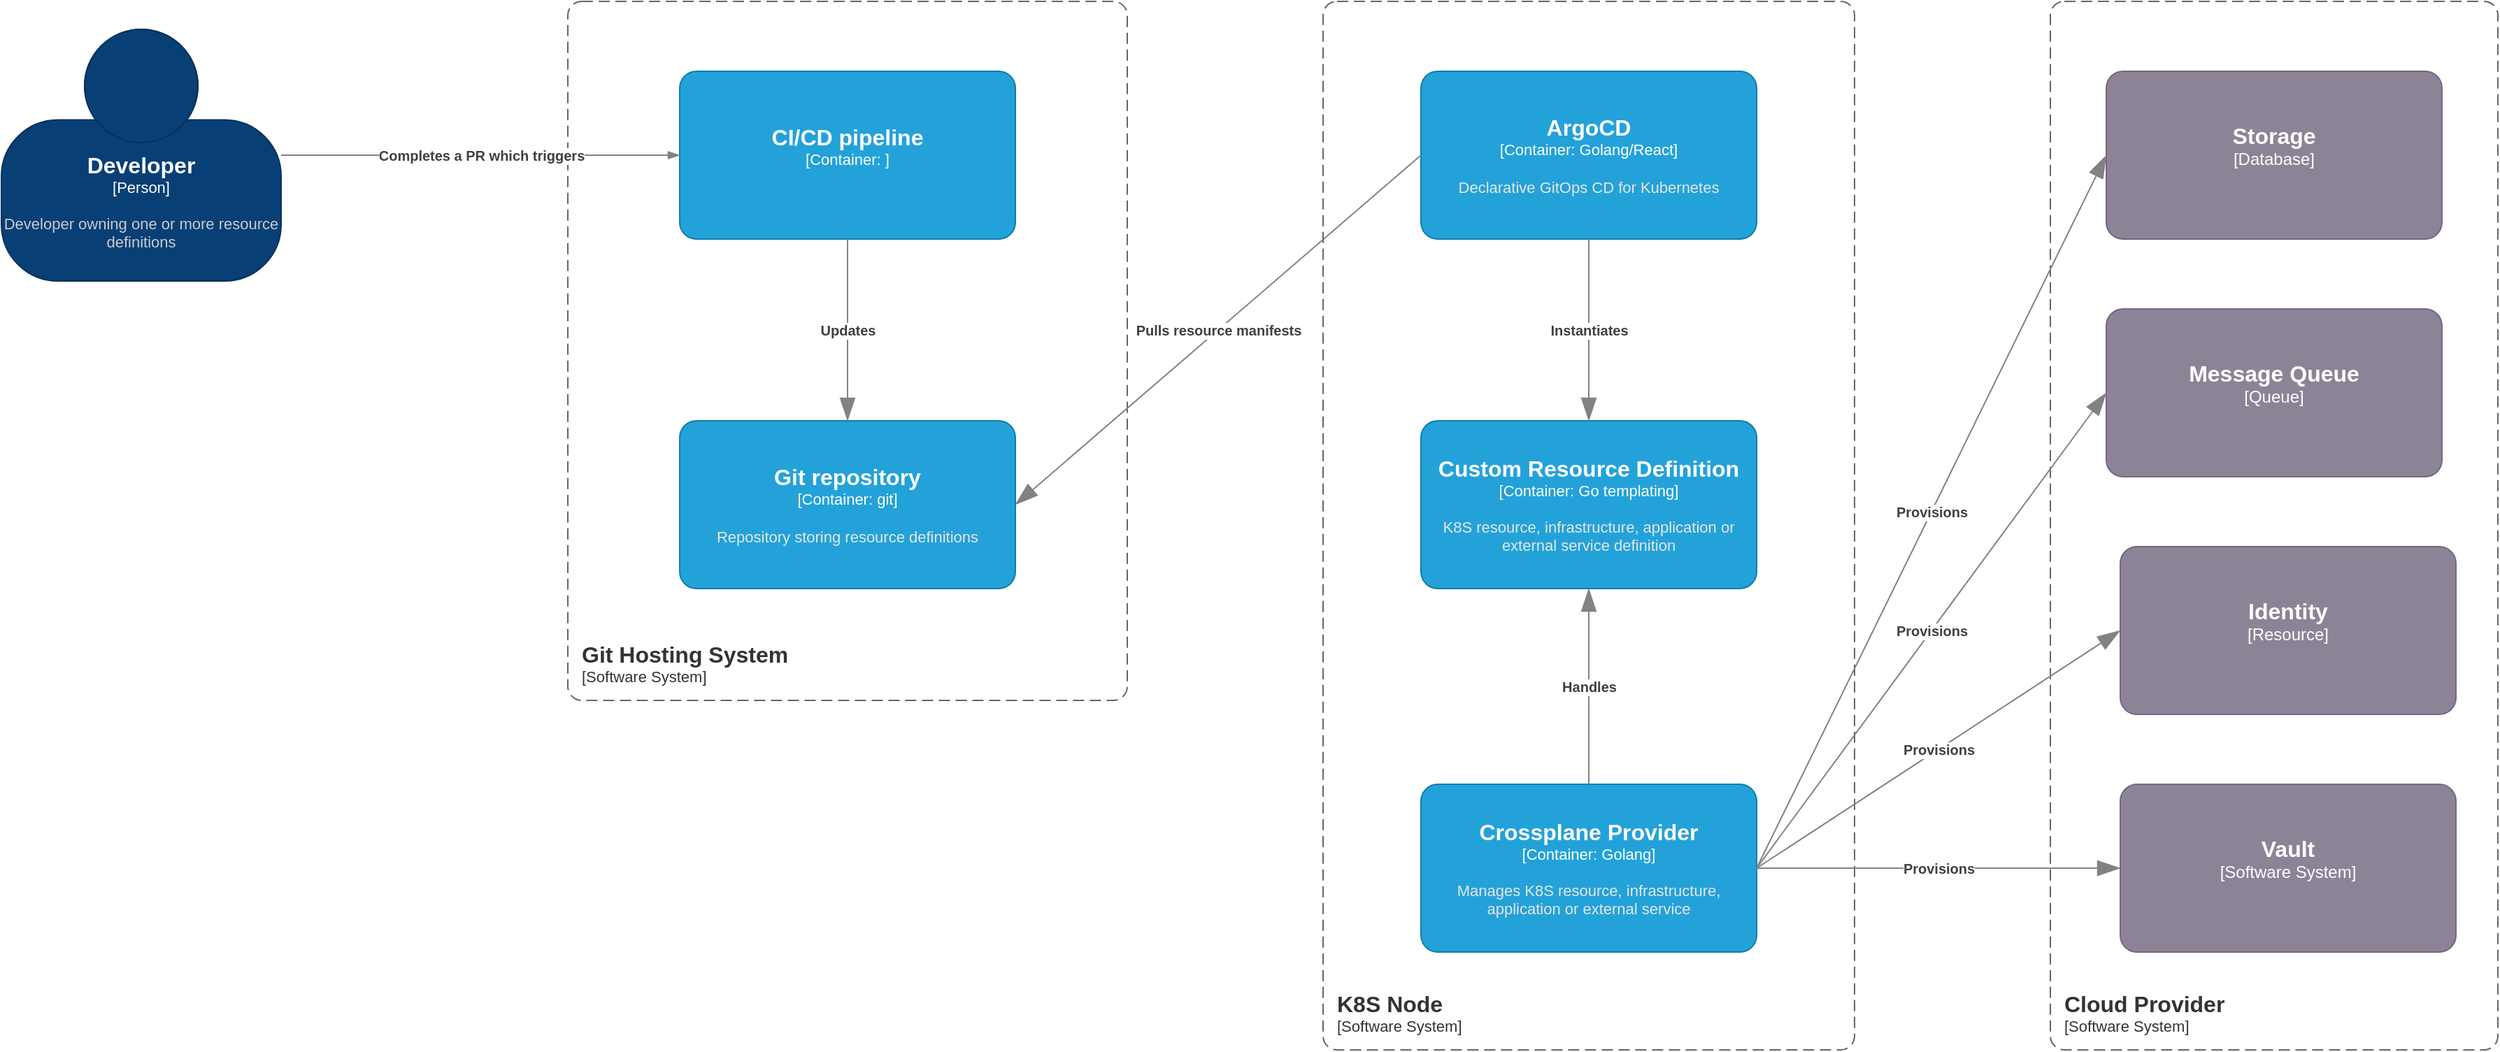
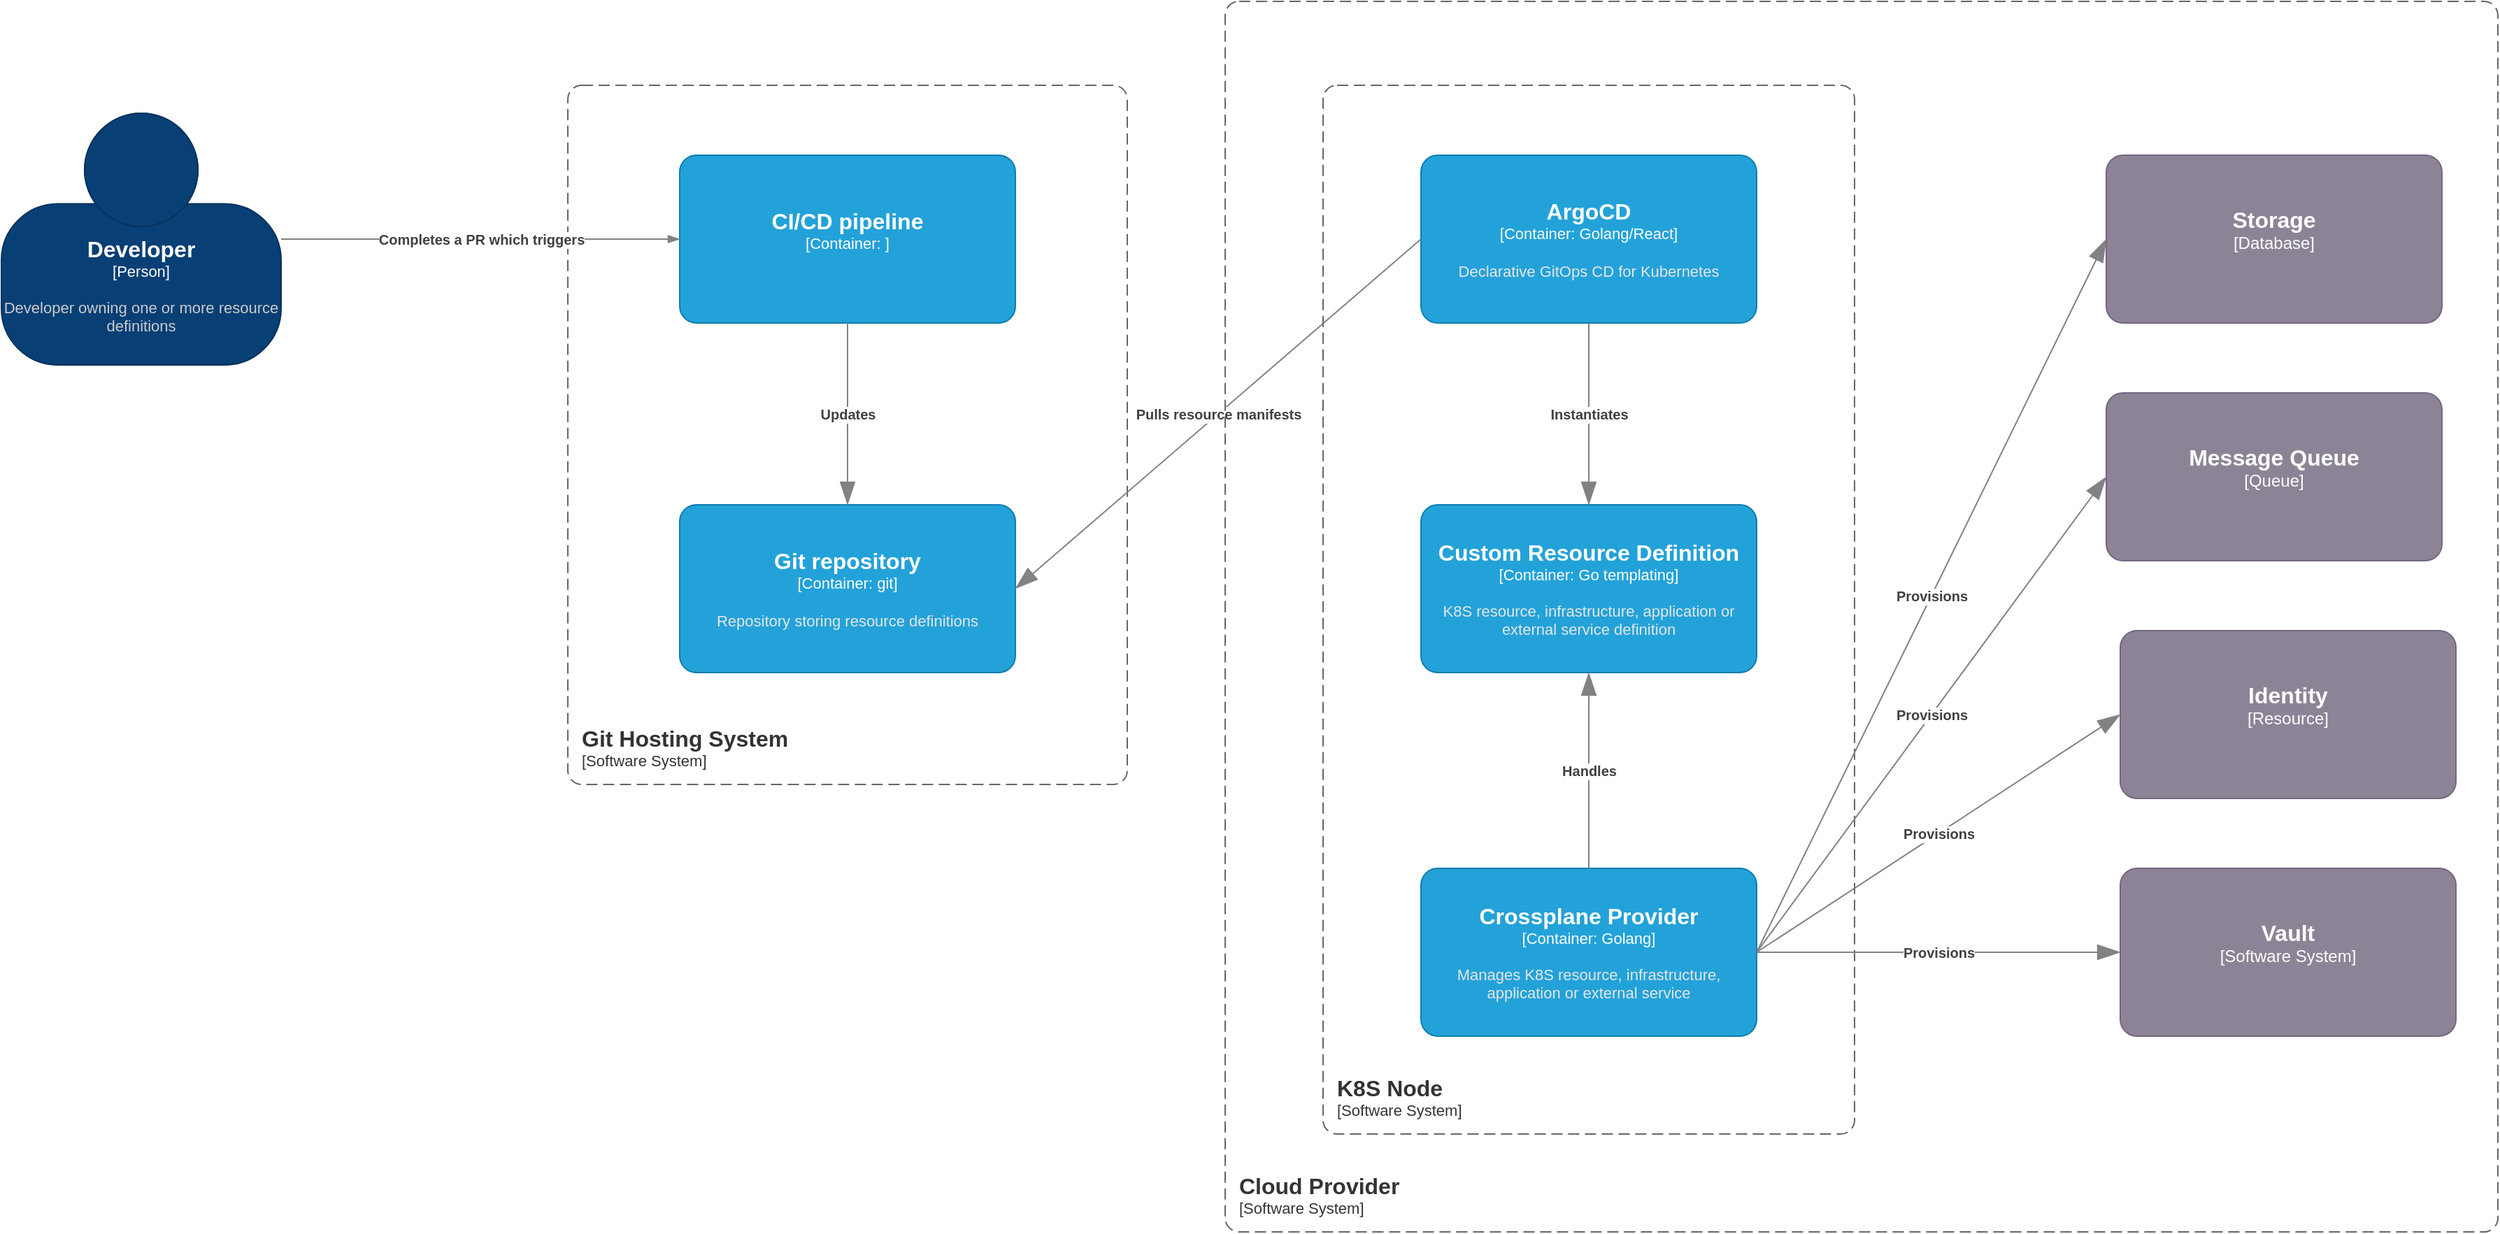
<mxfile host="app.diagrams.net" agent="Mozilla/5.0 (Windows NT 10.0; Win64; x64) AppleWebKit/537.36 (KHTML, like Gecko) Chrome/146.0.0.0 Safari/537.36 Edg/146.0.0.0" version="29.6.4">
  <diagram name="Page-1" id="w9qfS11vabEIg7SHbwGr">
-     <mxGraphModel dx="1798" dy="1173" grid="1" gridSize="10" guides="1" tooltips="1" connect="1" arrows="1" fold="1" page="1" pageScale="1" pageWidth="850" pageHeight="1100" math="0" shadow="0">
+     <mxGraphModel dx="1878" dy="1311" grid="1" gridSize="10" guides="1" tooltips="1" connect="1" arrows="1" fold="1" page="1" pageScale="1" pageWidth="850" pageHeight="1100" math="0" shadow="0">
      <root>
        <mxCell id="0" />
        <mxCell id="1" parent="0" />
        <object placeholders="1" c4Name="Git repository" c4Type="Container" c4Technology="git" c4Description="Repository storing resource definitions" label="&lt;font style=&quot;font-size: 16px&quot;&gt;&lt;b&gt;%c4Name%&lt;/b&gt;&lt;/font&gt;&lt;div&gt;[%c4Type%: %c4Technology%]&lt;/div&gt;&lt;br&gt;&lt;div&gt;&lt;font style=&quot;font-size: 11px&quot;&gt;&lt;font color=&quot;#E6E6E6&quot;&gt;%c4Description%&lt;/font&gt;&lt;/div&gt;" id="oWwDhSrQEdfVO0ITKPk5-18">
          <mxCell parent="1" style="rounded=1;whiteSpace=wrap;html=1;fontSize=11;labelBackgroundColor=none;fillColor=#23A2D9;fontColor=#ffffff;align=center;arcSize=10;strokeColor=#0E7DAD;metaEdit=1;resizable=0;points=[[0.25,0,0],[0.5,0,0],[0.75,0,0],[1,0.25,0],[1,0.5,0],[1,0.75,0],[0.75,1,0],[0.5,1,0],[0.25,1,0],[0,0.75,0],[0,0.5,0],[0,0.25,0]];" vertex="1">
            <mxGeometry height="120" width="240" x="810" y="1020" as="geometry" />
          </mxCell>
        </object>
        <object placeholders="1" c4Name="Developer" c4Type="Person" c4Description="Developer owning one or more resource definitions" label="&lt;font style=&quot;font-size: 16px&quot;&gt;&lt;b&gt;%c4Name%&lt;/b&gt;&lt;/font&gt;&lt;div&gt;[%c4Type%]&lt;/div&gt;&lt;br&gt;&lt;div&gt;&lt;font style=&quot;font-size: 11px&quot;&gt;&lt;font color=&quot;#cccccc&quot;&gt;%c4Description%&lt;/font&gt;&lt;/div&gt;" id="oWwDhSrQEdfVO0ITKPk5-19">
          <mxCell parent="1" style="html=1;fontSize=11;dashed=0;whiteSpace=wrap;fillColor=#083F75;strokeColor=#06315C;fontColor=#ffffff;shape=mxgraph.c4.person2;align=center;metaEdit=1;points=[[0.5,0,0],[1,0.5,0],[1,0.75,0],[0.75,1,0],[0.5,1,0],[0.25,1,0],[0,0.75,0],[0,0.5,0]];resizable=0;" vertex="1">
            <mxGeometry height="180" width="200" x="325" y="740" as="geometry" />
          </mxCell>
        </object>
        <object placeholders="1" c4Name="Git Hosting System" c4Type="SystemScopeBoundary" c4Application="Software System" label="&lt;font style=&quot;font-size: 16px&quot;&gt;&lt;b&gt;&lt;div style=&quot;text-align: left&quot;&gt;%c4Name%&lt;/div&gt;&lt;/b&gt;&lt;/font&gt;&lt;div style=&quot;text-align: left&quot;&gt;[%c4Application%]&lt;/div&gt;" id="oWwDhSrQEdfVO0ITKPk5-21">
          <mxCell parent="1" style="rounded=1;fontSize=11;whiteSpace=wrap;html=1;dashed=1;arcSize=20;fillColor=none;strokeColor=#666666;fontColor=#333333;labelBackgroundColor=none;align=left;verticalAlign=bottom;labelBorderColor=none;spacingTop=0;spacing=10;dashPattern=8 4;metaEdit=1;rotatable=0;perimeter=rectanglePerimeter;noLabel=0;labelPadding=0;allowArrows=0;connectable=0;expand=0;recursiveResize=0;editable=1;pointerEvents=0;absoluteArcSize=1;points=[[0.25,0,0],[0.5,0,0],[0.75,0,0],[1,0.25,0],[1,0.5,0],[1,0.75,0],[0.75,1,0],[0.5,1,0],[0.25,1,0],[0,0.75,0],[0,0.5,0],[0,0.25,0]];" vertex="1">
            <mxGeometry height="500" width="400" x="730" y="720" as="geometry" />
          </mxCell>
        </object>
        <object placeholders="1" c4Name="ArgoCD" c4Type="Container" c4Technology="Golang/React" c4Description="Declarative GitOps CD for Kubernetes" label="&lt;font style=&quot;font-size: 16px&quot;&gt;&lt;b&gt;%c4Name%&lt;/b&gt;&lt;/font&gt;&lt;div&gt;[%c4Type%: %c4Technology%]&lt;/div&gt;&lt;br&gt;&lt;div&gt;&lt;font style=&quot;font-size: 11px&quot;&gt;&lt;font color=&quot;#E6E6E6&quot;&gt;%c4Description%&lt;/font&gt;&lt;/div&gt;" id="oWwDhSrQEdfVO0ITKPk5-23">
          <mxCell parent="1" style="rounded=1;whiteSpace=wrap;html=1;fontSize=11;labelBackgroundColor=none;fillColor=#23A2D9;fontColor=#ffffff;align=center;arcSize=10;strokeColor=#0E7DAD;metaEdit=1;resizable=0;points=[[0.25,0,0],[0.5,0,0],[0.75,0,0],[1,0.25,0],[1,0.5,0],[1,0.75,0],[0.75,1,0],[0.5,1,0],[0.25,1,0],[0,0.75,0],[0,0.5,0],[0,0.25,0]];" vertex="1">
            <mxGeometry height="120" width="240" x="1340" y="770" as="geometry" />
          </mxCell>
        </object>
        <object placeholders="1" c4Name="CI/CD pipeline" c4Type="Container" c4Technology="" c4Description="" label="&lt;font style=&quot;font-size: 16px&quot;&gt;&lt;b&gt;%c4Name%&lt;/b&gt;&lt;/font&gt;&lt;div&gt;[%c4Type%: %c4Technology%]&lt;/div&gt;&lt;br&gt;&lt;div&gt;&lt;font style=&quot;font-size: 11px&quot;&gt;&lt;font color=&quot;#E6E6E6&quot;&gt;%c4Description%&lt;/font&gt;&lt;/div&gt;" id="oWwDhSrQEdfVO0ITKPk5-25">
          <mxCell parent="1" style="rounded=1;whiteSpace=wrap;html=1;fontSize=11;labelBackgroundColor=none;fillColor=#23A2D9;fontColor=#ffffff;align=center;arcSize=10;strokeColor=#0E7DAD;metaEdit=1;resizable=0;points=[[0.25,0,0],[0.5,0,0],[0.75,0,0],[1,0.25,0],[1,0.5,0],[1,0.75,0],[0.75,1,0],[0.5,1,0],[0.25,1,0],[0,0.75,0],[0,0.5,0],[0,0.25,0]];" vertex="1">
            <mxGeometry height="120" width="240" x="810" y="770" as="geometry" />
          </mxCell>
        </object>
        <object placeholders="1" c4Name="Storage" c4Type="Database" c4Description="" label="&lt;font style=&quot;font-size: 16px&quot;&gt;&lt;b&gt;%c4Name%&lt;/b&gt;&lt;/font&gt;&lt;div&gt;[%c4Type%]&lt;/div&gt;&lt;br&gt;&lt;div&gt;&lt;font style=&quot;font-size: 11px&quot;&gt;&lt;font color=&quot;#cccccc&quot;&gt;%c4Description%&lt;/font&gt;&lt;/div&gt;" id="oWwDhSrQEdfVO0ITKPk5-27">
          <mxCell parent="1" style="rounded=1;whiteSpace=wrap;html=1;labelBackgroundColor=none;fillColor=#8C8496;fontColor=#ffffff;align=center;arcSize=10;strokeColor=#736782;metaEdit=1;resizable=0;points=[[0.25,0,0],[0.5,0,0],[0.75,0,0],[1,0.25,0],[1,0.5,0],[1,0.75,0],[0.75,1,0],[0.5,1,0],[0.25,1,0],[0,0.75,0],[0,0.5,0],[0,0.25,0]];" vertex="1">
            <mxGeometry height="120" width="240" x="1830" y="770" as="geometry" />
          </mxCell>
        </object>
        <object placeholders="1" c4Type="Relationship" c4Description="Completes a PR which triggers" label="&lt;div style=&quot;text-align: left&quot;&gt;&lt;div style=&quot;text-align: center&quot;&gt;&lt;b&gt;%c4Description%&lt;/b&gt;&lt;/div&gt;" id="oWwDhSrQEdfVO0ITKPk5-29">
          <mxCell edge="1" parent="1" source="oWwDhSrQEdfVO0ITKPk5-19" style="endArrow=blockThin;html=1;fontSize=10;fontColor=#404040;strokeWidth=1;endFill=1;strokeColor=#828282;elbow=vertical;metaEdit=1;jumpStyle=arc;jumpSize=16;rounded=0;entryX=0;entryY=0.5;entryDx=0;entryDy=0;entryPerimeter=0;exitX=1;exitY=0.5;exitDx=0;exitDy=0;exitPerimeter=0;" target="oWwDhSrQEdfVO0ITKPk5-25">
            <mxGeometry relative="1" width="240" as="geometry">
              <mxPoint x="580" y="830" as="sourcePoint" />
              <mxPoint x="1341" y="806" as="targetPoint" />
            </mxGeometry>
          </mxCell>
        </object>
        <object placeholders="1" c4Name="Custom Resource Definition" c4Type="Container" c4Technology="Go templating" c4Description="K8S resource, infrastructure, application or external service definition" label="&lt;font style=&quot;font-size: 16px&quot;&gt;&lt;b&gt;%c4Name%&lt;/b&gt;&lt;/font&gt;&lt;div&gt;[%c4Type%: %c4Technology%]&lt;/div&gt;&lt;br&gt;&lt;div&gt;&lt;font style=&quot;font-size: 11px&quot;&gt;&lt;font color=&quot;#E6E6E6&quot;&gt;%c4Description%&lt;/font&gt;&lt;/div&gt;" id="oWwDhSrQEdfVO0ITKPk5-34">
          <mxCell parent="1" style="rounded=1;whiteSpace=wrap;html=1;fontSize=11;labelBackgroundColor=none;fillColor=#23A2D9;fontColor=#ffffff;align=center;arcSize=10;strokeColor=#0E7DAD;metaEdit=1;resizable=0;points=[[0.25,0,0],[0.5,0,0],[0.75,0,0],[1,0.25,0],[1,0.5,0],[1,0.75,0],[0.75,1,0],[0.5,1,0],[0.25,1,0],[0,0.75,0],[0,0.5,0],[0,0.25,0]];" vertex="1">
            <mxGeometry height="120" width="240" x="1340" y="1020" as="geometry" />
          </mxCell>
        </object>
        <object placeholders="1" c4Type="Relationship" c4Description="Instantiates" label="&lt;div style=&quot;text-align: left&quot;&gt;&lt;div style=&quot;text-align: center&quot;&gt;&lt;b&gt;%c4Description%&lt;/b&gt;&lt;/div&gt;" id="oWwDhSrQEdfVO0ITKPk5-36">
          <mxCell edge="1" parent="1" source="oWwDhSrQEdfVO0ITKPk5-23" style="endArrow=blockThin;html=1;fontSize=10;fontColor=#404040;strokeWidth=1;endFill=1;strokeColor=#828282;elbow=vertical;metaEdit=1;endSize=14;startSize=14;jumpStyle=arc;jumpSize=16;rounded=0;edgeStyle=orthogonalEdgeStyle;exitX=0.5;exitY=1;exitDx=0;exitDy=0;exitPerimeter=0;entryX=0.5;entryY=0;entryDx=0;entryDy=0;entryPerimeter=0;" target="oWwDhSrQEdfVO0ITKPk5-34">
            <mxGeometry relative="1" width="240" as="geometry">
              <mxPoint x="1370" y="1240" as="sourcePoint" />
              <mxPoint x="1610" y="1240" as="targetPoint" />
            </mxGeometry>
          </mxCell>
        </object>
        <object placeholders="1" c4Name="Crossplane Provider" c4Type="Container" c4Technology="Golang" c4Description="Manages K8S resource, infrastructure, application or external service" label="&lt;font style=&quot;font-size: 16px&quot;&gt;&lt;b&gt;%c4Name%&lt;/b&gt;&lt;/font&gt;&lt;div&gt;[%c4Type%: %c4Technology%]&lt;/div&gt;&lt;br&gt;&lt;div&gt;&lt;font style=&quot;font-size: 11px&quot;&gt;&lt;font color=&quot;#E6E6E6&quot;&gt;%c4Description%&lt;/font&gt;&lt;/div&gt;" id="oWwDhSrQEdfVO0ITKPk5-37">
          <mxCell parent="1" style="rounded=1;whiteSpace=wrap;html=1;fontSize=11;labelBackgroundColor=none;fillColor=#23A2D9;fontColor=#ffffff;align=center;arcSize=10;strokeColor=#0E7DAD;metaEdit=1;resizable=0;points=[[0.25,0,0],[0.5,0,0],[0.75,0,0],[1,0.25,0],[1,0.5,0],[1,0.75,0],[0.75,1,0],[0.5,1,0],[0.25,1,0],[0,0.75,0],[0,0.5,0],[0,0.25,0]];" vertex="1">
            <mxGeometry height="120" width="240" x="1340" y="1280" as="geometry" />
          </mxCell>
        </object>
        <object placeholders="1" c4Type="Relationship" c4Description="Handles" label="&lt;div style=&quot;text-align: left&quot;&gt;&lt;div style=&quot;text-align: center&quot;&gt;&lt;b&gt;%c4Description%&lt;/b&gt;&lt;/div&gt;" id="oWwDhSrQEdfVO0ITKPk5-38">
          <mxCell edge="1" parent="1" source="oWwDhSrQEdfVO0ITKPk5-37" style="endArrow=blockThin;html=1;fontSize=10;fontColor=#404040;strokeWidth=1;endFill=1;strokeColor=#828282;elbow=vertical;metaEdit=1;endSize=14;startSize=14;jumpStyle=arc;jumpSize=16;rounded=0;edgeStyle=orthogonalEdgeStyle;exitX=0.5;exitY=0;exitDx=0;exitDy=0;exitPerimeter=0;entryX=0.5;entryY=1;entryDx=0;entryDy=0;entryPerimeter=0;" target="oWwDhSrQEdfVO0ITKPk5-34">
            <mxGeometry relative="1" width="240" as="geometry">
              <mxPoint x="1460" y="1130" as="sourcePoint" />
              <mxPoint x="1500" y="1230" as="targetPoint" />
            </mxGeometry>
          </mxCell>
        </object>
        <object placeholders="1" c4Type="Relationship" c4Description="Updates" label="&lt;div style=&quot;text-align: left&quot;&gt;&lt;div style=&quot;text-align: center&quot;&gt;&lt;b&gt;%c4Description%&lt;/b&gt;&lt;/div&gt;" id="oWwDhSrQEdfVO0ITKPk5-43">
          <mxCell edge="1" parent="1" source="oWwDhSrQEdfVO0ITKPk5-25" style="endArrow=blockThin;html=1;fontSize=10;fontColor=#404040;strokeWidth=1;endFill=1;strokeColor=#828282;elbow=vertical;metaEdit=1;endSize=14;startSize=14;jumpStyle=arc;jumpSize=16;rounded=0;edgeStyle=orthogonalEdgeStyle;exitX=0.5;exitY=1;exitDx=0;exitDy=0;exitPerimeter=0;" target="oWwDhSrQEdfVO0ITKPk5-18">
            <mxGeometry relative="1" width="240" as="geometry">
              <mxPoint x="1440" y="990" as="sourcePoint" />
              <mxPoint x="1440" y="1140" as="targetPoint" />
            </mxGeometry>
          </mxCell>
        </object>
        <object placeholders="1" c4Type="Relationship" c4Description="Pulls resource manifests" label="&lt;div style=&quot;text-align: left&quot;&gt;&lt;div style=&quot;text-align: center&quot;&gt;&lt;b&gt;%c4Description%&lt;/b&gt;&lt;/div&gt;" id="oWwDhSrQEdfVO0ITKPk5-44">
          <mxCell edge="1" parent="1" source="oWwDhSrQEdfVO0ITKPk5-23" style="endArrow=blockThin;html=1;fontSize=10;fontColor=#404040;strokeWidth=1;endFill=1;strokeColor=#828282;elbow=vertical;metaEdit=1;endSize=14;startSize=14;jumpStyle=arc;jumpSize=16;rounded=0;exitX=0;exitY=0.5;exitDx=0;exitDy=0;exitPerimeter=0;entryX=1;entryY=0.5;entryDx=0;entryDy=0;entryPerimeter=0;" target="oWwDhSrQEdfVO0ITKPk5-18">
            <mxGeometry relative="1" width="240" as="geometry">
              <mxPoint x="1350" y="1000" as="sourcePoint" />
              <mxPoint x="1350" y="1150" as="targetPoint" />
            </mxGeometry>
          </mxCell>
        </object>
        <object placeholders="1" c4Name="K8S Node" c4Type="SystemScopeBoundary" c4Application="Software System" label="&lt;font style=&quot;font-size: 16px&quot;&gt;&lt;b&gt;&lt;div style=&quot;text-align: left&quot;&gt;%c4Name%&lt;/div&gt;&lt;/b&gt;&lt;/font&gt;&lt;div style=&quot;text-align: left&quot;&gt;[%c4Application%]&lt;/div&gt;" id="oWwDhSrQEdfVO0ITKPk5-45">
          <mxCell parent="1" style="rounded=1;fontSize=11;whiteSpace=wrap;html=1;dashed=1;arcSize=20;fillColor=none;strokeColor=#666666;fontColor=#333333;labelBackgroundColor=none;align=left;verticalAlign=bottom;labelBorderColor=none;spacingTop=0;spacing=10;dashPattern=8 4;metaEdit=1;rotatable=0;perimeter=rectanglePerimeter;noLabel=0;labelPadding=0;allowArrows=0;connectable=0;expand=0;recursiveResize=0;editable=1;pointerEvents=0;absoluteArcSize=1;points=[[0.25,0,0],[0.5,0,0],[0.75,0,0],[1,0.25,0],[1,0.5,0],[1,0.75,0],[0.75,1,0],[0.5,1,0],[0.25,1,0],[0,0.75,0],[0,0.5,0],[0,0.25,0]];" vertex="1">
            <mxGeometry height="750" width="380" x="1270" y="720" as="geometry" />
          </mxCell>
        </object>
        <object placeholders="1" c4Name="Cloud Provider" c4Type="SystemScopeBoundary" c4Application="Software System" label="&lt;font style=&quot;font-size: 16px&quot;&gt;&lt;b&gt;&lt;div style=&quot;text-align: left&quot;&gt;%c4Name%&lt;/div&gt;&lt;/b&gt;&lt;/font&gt;&lt;div style=&quot;text-align: left&quot;&gt;[%c4Application%]&lt;/div&gt;" id="oWwDhSrQEdfVO0ITKPk5-46">
          <mxCell parent="1" style="rounded=1;fontSize=11;whiteSpace=wrap;html=1;dashed=1;arcSize=20;fillColor=none;strokeColor=#666666;fontColor=#333333;labelBackgroundColor=none;align=left;verticalAlign=bottom;labelBorderColor=none;spacingTop=0;spacing=10;dashPattern=8 4;metaEdit=1;rotatable=0;perimeter=rectanglePerimeter;noLabel=0;labelPadding=0;allowArrows=0;connectable=0;expand=0;recursiveResize=0;editable=1;pointerEvents=0;absoluteArcSize=1;points=[[0.25,0,0],[0.5,0,0],[0.75,0,0],[1,0.25,0],[1,0.5,0],[1,0.75,0],[0.75,1,0],[0.5,1,0],[0.25,1,0],[0,0.75,0],[0,0.5,0],[0,0.25,0]];" vertex="1">
-             <mxGeometry height="750" width="320" x="1790" y="720" as="geometry" />
+             <mxGeometry height="880" width="910" x="1200" y="660" as="geometry" />
          </mxCell>
        </object>
        <object placeholders="1" c4Name="Message Queue" c4Type="Queue" c4Description="" label="&lt;font style=&quot;font-size: 16px&quot;&gt;&lt;b&gt;%c4Name%&lt;/b&gt;&lt;/font&gt;&lt;div&gt;[%c4Type%]&lt;/div&gt;&lt;br&gt;&lt;div&gt;&lt;font style=&quot;font-size: 11px&quot;&gt;&lt;font color=&quot;#cccccc&quot;&gt;%c4Description%&lt;/font&gt;&lt;/div&gt;" id="oWwDhSrQEdfVO0ITKPk5-47">
          <mxCell parent="1" style="rounded=1;whiteSpace=wrap;html=1;labelBackgroundColor=none;fillColor=#8C8496;fontColor=#ffffff;align=center;arcSize=10;strokeColor=#736782;metaEdit=1;resizable=0;points=[[0.25,0,0],[0.5,0,0],[0.75,0,0],[1,0.25,0],[1,0.5,0],[1,0.75,0],[0.75,1,0],[0.5,1,0],[0.25,1,0],[0,0.75,0],[0,0.5,0],[0,0.25,0]];" vertex="1">
            <mxGeometry height="120" width="240" x="1830" y="940" as="geometry" />
          </mxCell>
        </object>
        <object placeholders="1" c4Name="Identity" c4Type="Resource" c4Description="" label="&lt;font style=&quot;font-size: 16px&quot;&gt;&lt;b&gt;%c4Name%&lt;/b&gt;&lt;/font&gt;&lt;div&gt;[%c4Type%]&lt;/div&gt;&lt;br&gt;&lt;div&gt;&lt;font style=&quot;font-size: 11px&quot;&gt;&lt;font color=&quot;#cccccc&quot;&gt;%c4Description%&lt;/font&gt;&lt;/div&gt;" id="oWwDhSrQEdfVO0ITKPk5-48">
          <mxCell parent="1" style="rounded=1;whiteSpace=wrap;html=1;labelBackgroundColor=none;fillColor=#8C8496;fontColor=#ffffff;align=center;arcSize=10;strokeColor=#736782;metaEdit=1;resizable=0;points=[[0.25,0,0],[0.5,0,0],[0.75,0,0],[1,0.25,0],[1,0.5,0],[1,0.75,0],[0.75,1,0],[0.5,1,0],[0.25,1,0],[0,0.75,0],[0,0.5,0],[0,0.25,0]];" vertex="1">
            <mxGeometry height="120" width="240" x="1840" y="1110" as="geometry" />
          </mxCell>
        </object>
        <object placeholders="1" c4Name="Vault" c4Type="Software System" c4Description="" label="&lt;font style=&quot;font-size: 16px&quot;&gt;&lt;b&gt;%c4Name%&lt;/b&gt;&lt;/font&gt;&lt;div&gt;[%c4Type%]&lt;/div&gt;&lt;br&gt;&lt;div&gt;&lt;font style=&quot;font-size: 11px&quot;&gt;&lt;font color=&quot;#cccccc&quot;&gt;%c4Description%&lt;/font&gt;&lt;/div&gt;" id="oWwDhSrQEdfVO0ITKPk5-51">
          <mxCell parent="1" style="rounded=1;whiteSpace=wrap;html=1;labelBackgroundColor=none;fillColor=#8C8496;fontColor=#ffffff;align=center;arcSize=10;strokeColor=#736782;metaEdit=1;resizable=0;points=[[0.25,0,0],[0.5,0,0],[0.75,0,0],[1,0.25,0],[1,0.5,0],[1,0.75,0],[0.75,1,0],[0.5,1,0],[0.25,1,0],[0,0.75,0],[0,0.5,0],[0,0.25,0]];" vertex="1">
            <mxGeometry height="120" width="240" x="1840" y="1280" as="geometry" />
          </mxCell>
        </object>
        <object placeholders="1" c4Type="Relationship" c4Description="Provisions" label="&lt;div style=&quot;text-align: left&quot;&gt;&lt;div style=&quot;text-align: center&quot;&gt;&lt;b&gt;%c4Description%&lt;/b&gt;&lt;/div&gt;" id="oWwDhSrQEdfVO0ITKPk5-52">
          <mxCell edge="1" parent="1" source="oWwDhSrQEdfVO0ITKPk5-37" style="endArrow=blockThin;html=1;fontSize=10;fontColor=#404040;strokeWidth=1;endFill=1;strokeColor=#828282;elbow=vertical;metaEdit=1;endSize=14;startSize=14;jumpStyle=arc;jumpSize=16;rounded=0;exitX=1;exitY=0.5;exitDx=0;exitDy=0;exitPerimeter=0;entryX=0;entryY=0.5;entryDx=0;entryDy=0;entryPerimeter=0;" target="oWwDhSrQEdfVO0ITKPk5-27">
            <mxGeometry relative="1" width="240" as="geometry">
              <mxPoint x="1460" y="1320" as="sourcePoint" />
              <mxPoint x="1460" y="1200" as="targetPoint" />
            </mxGeometry>
          </mxCell>
        </object>
        <object placeholders="1" c4Type="Relationship" c4Description="Provisions" label="&lt;div style=&quot;text-align: left&quot;&gt;&lt;div style=&quot;text-align: center&quot;&gt;&lt;b&gt;%c4Description%&lt;/b&gt;&lt;/div&gt;" id="oWwDhSrQEdfVO0ITKPk5-53">
          <mxCell edge="1" parent="1" source="oWwDhSrQEdfVO0ITKPk5-37" style="endArrow=blockThin;html=1;fontSize=10;fontColor=#404040;strokeWidth=1;endFill=1;strokeColor=#828282;elbow=vertical;metaEdit=1;endSize=14;startSize=14;jumpStyle=arc;jumpSize=16;rounded=0;exitX=1;exitY=0.5;exitDx=0;exitDy=0;exitPerimeter=0;entryX=0;entryY=0.5;entryDx=0;entryDy=0;entryPerimeter=0;" target="oWwDhSrQEdfVO0ITKPk5-47">
            <mxGeometry relative="1" width="240" as="geometry">
              <mxPoint x="1610" y="1730" as="sourcePoint" />
              <mxPoint x="1860" y="1250" as="targetPoint" />
            </mxGeometry>
          </mxCell>
        </object>
        <object placeholders="1" c4Type="Relationship" c4Description="Provisions" label="&lt;div style=&quot;text-align: left&quot;&gt;&lt;div style=&quot;text-align: center&quot;&gt;&lt;b&gt;%c4Description%&lt;/b&gt;&lt;/div&gt;" id="oWwDhSrQEdfVO0ITKPk5-54">
          <mxCell edge="1" parent="1" source="oWwDhSrQEdfVO0ITKPk5-37" style="endArrow=blockThin;html=1;fontSize=10;fontColor=#404040;strokeWidth=1;endFill=1;strokeColor=#828282;elbow=vertical;metaEdit=1;endSize=14;startSize=14;jumpStyle=arc;jumpSize=16;rounded=0;exitX=1;exitY=0.5;exitDx=0;exitDy=0;exitPerimeter=0;entryX=0;entryY=0.5;entryDx=0;entryDy=0;entryPerimeter=0;" target="oWwDhSrQEdfVO0ITKPk5-48">
            <mxGeometry relative="1" width="240" as="geometry">
              <mxPoint x="1630" y="1670" as="sourcePoint" />
              <mxPoint x="1880" y="1330" as="targetPoint" />
            </mxGeometry>
          </mxCell>
        </object>
        <object placeholders="1" c4Type="Relationship" c4Description="Provisions" label="&lt;div style=&quot;text-align: left&quot;&gt;&lt;div style=&quot;text-align: center&quot;&gt;&lt;b&gt;%c4Description%&lt;/b&gt;&lt;/div&gt;" id="oWwDhSrQEdfVO0ITKPk5-55">
          <mxCell edge="1" parent="1" source="oWwDhSrQEdfVO0ITKPk5-37" style="endArrow=blockThin;html=1;fontSize=10;fontColor=#404040;strokeWidth=1;endFill=1;strokeColor=#828282;elbow=vertical;metaEdit=1;endSize=14;startSize=14;jumpStyle=arc;jumpSize=16;rounded=0;exitX=1;exitY=0.5;exitDx=0;exitDy=0;exitPerimeter=0;entryX=0;entryY=0.5;entryDx=0;entryDy=0;entryPerimeter=0;" target="oWwDhSrQEdfVO0ITKPk5-51">
            <mxGeometry relative="1" width="240" as="geometry">
              <mxPoint x="1640" y="1720" as="sourcePoint" />
              <mxPoint x="1890" y="1380" as="targetPoint" />
            </mxGeometry>
          </mxCell>
        </object>
      </root>
    </mxGraphModel>
  </diagram>
</mxfile>
